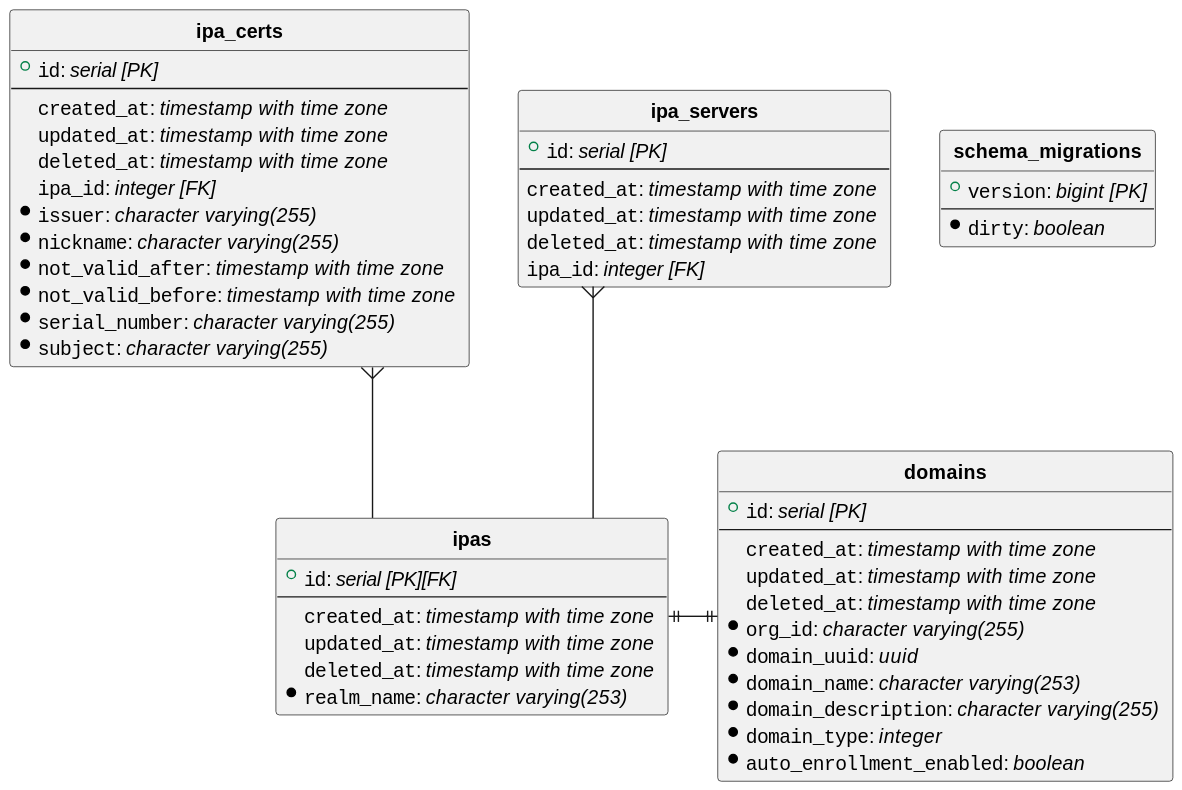
Earlier version of the PlantUML export docs/db-model.svg (podengo-project/idmsvc-backend).
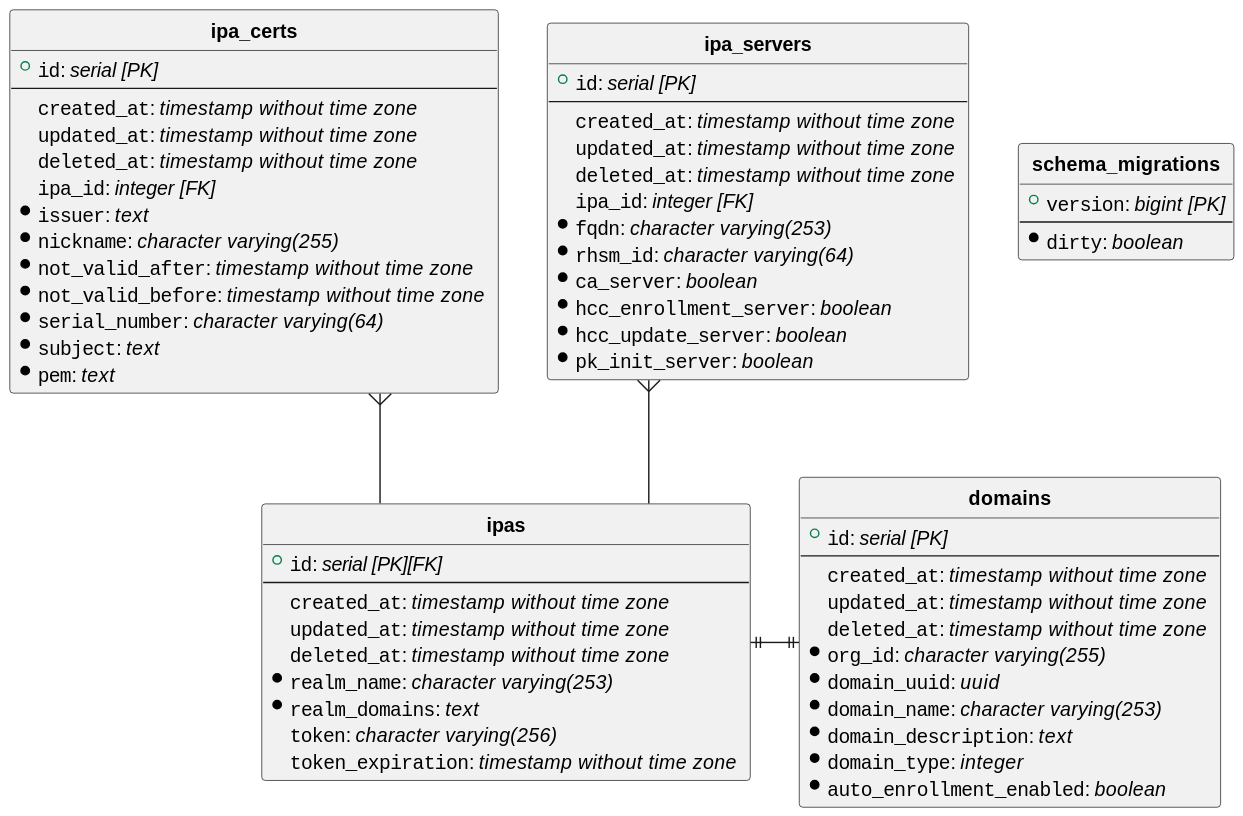
The same file after the commit.

Commit message:
doc:add db model diagram and markdown

Diff of the diagram source:
```diff
@@ -5,13 +5,13 @@
 entity "**domains**" {
   + ""id"": //serial [PK]//
   --
-  ""created_at"": //timestamp with time zone //
-  ""updated_at"": //timestamp with time zone //
-  ""deleted_at"": //timestamp with time zone //
+  ""created_at"": //timestamp without time zone //
+  ""updated_at"": //timestamp without time zone //
+  ""deleted_at"": //timestamp without time zone //
   *""org_id"": //character varying(255) //
   *""domain_uuid"": //uuid //
   *""domain_name"": //character varying(253) //
-  *""domain_description"": //character varying(255) //
+  *""domain_description"": //text //
   *""domain_type"": //integer //
   *""auto_enrollment_enabled"": //boolean //
 }
@@ -19,34 +19,44 @@
 entity "**ipa_certs**" {
   + ""id"": //serial [PK]//
   --
-  ""created_at"": //timestamp with time zone //
-  ""updated_at"": //timestamp with time zone //
-  ""deleted_at"": //timestamp with time zone //
+  ""created_at"": //timestamp without time zone //
+  ""updated_at"": //timestamp without time zone //
+  ""deleted_at"": //timestamp without time zone //
   ""ipa_id"": //integer [FK]//
-  *""issuer"": //character varying(255) //
+  *""issuer"": //text //
   *""nickname"": //character varying(255) //
-  *""not_valid_after"": //timestamp with time zone //
-  *""not_valid_before"": //timestamp with time zone //
-  *""serial_number"": //character varying(255) //
-  *""subject"": //character varying(255) //
+  *""not_valid_after"": //timestamp without time zone //
+  *""not_valid_before"": //timestamp without time zone //
+  *""serial_number"": //character varying(64) //
+  *""subject"": //text //
+  *""pem"": //text //
 }
 
 entity "**ipa_servers**" {
   + ""id"": //serial [PK]//
   --
-  ""created_at"": //timestamp with time zone //
-  ""updated_at"": //timestamp with time zone //
-  ""deleted_at"": //timestamp with time zone //
+  ""created_at"": //timestamp without time zone //
+  ""updated_at"": //timestamp without time zone //
+  ""deleted_at"": //timestamp without time zone //
   ""ipa_id"": //integer [FK]//
+  *""fqdn"": //character varying(253) //
+  *""rhsm_id"": //character varying(64) //
+  *""ca_server"": //boolean //
+  *""hcc_enrollment_server"": //boolean //
+  *""hcc_update_server"": //boolean //
+  *""pk_init_server"": //boolean //
 }
 
 entity "**ipas**" {
   + ""id"": //serial [PK][FK]//
   --
-  ""created_at"": //timestamp with time zone //
-  ""updated_at"": //timestamp with time zone //
-  ""deleted_at"": //timestamp with time zone //
+  ""created_at"": //timestamp without time zone //
+  ""updated_at"": //timestamp without time zone //
+  ""deleted_at"": //timestamp without time zone //
   *""realm_name"": //character varying(253) //
+  *""realm_domains"": //text //
+  ""token"": //character varying(256) //
+  ""token_expiration"": //timestamp without time zone //
 }
 
 entity "**schema_migrations**" {
```
